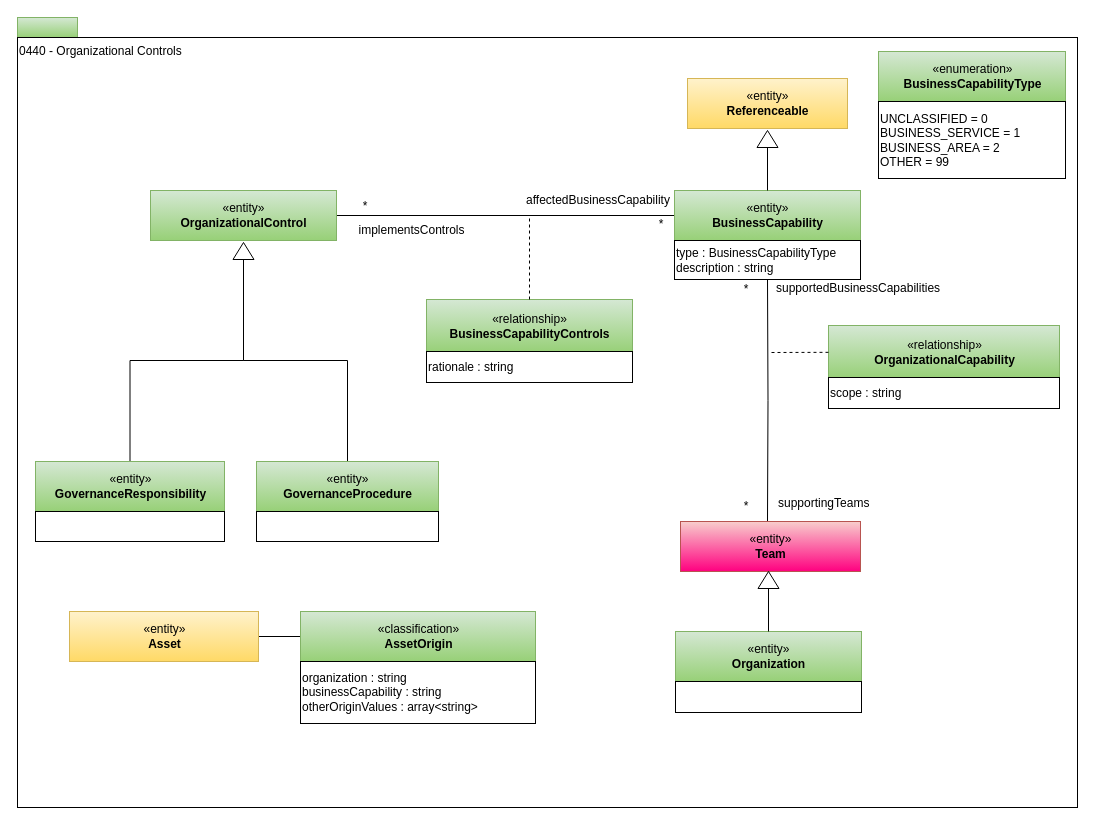
Above: page "0440-Organizational-Controls" (14 of 24) of open-metadata-publication/website/open-metadata-types/area-4-governance.drawio in planetf1/egeria (draw.io), before the change. Source tidied: cells renumbered, new cells numbered last; positions are measured from the earlier drawing's top-left corner, leaving out a move shared by most shapes. Both pictures are drawn from the tidied source at 100%, with x=0, y=0 at pixel (17, 17).
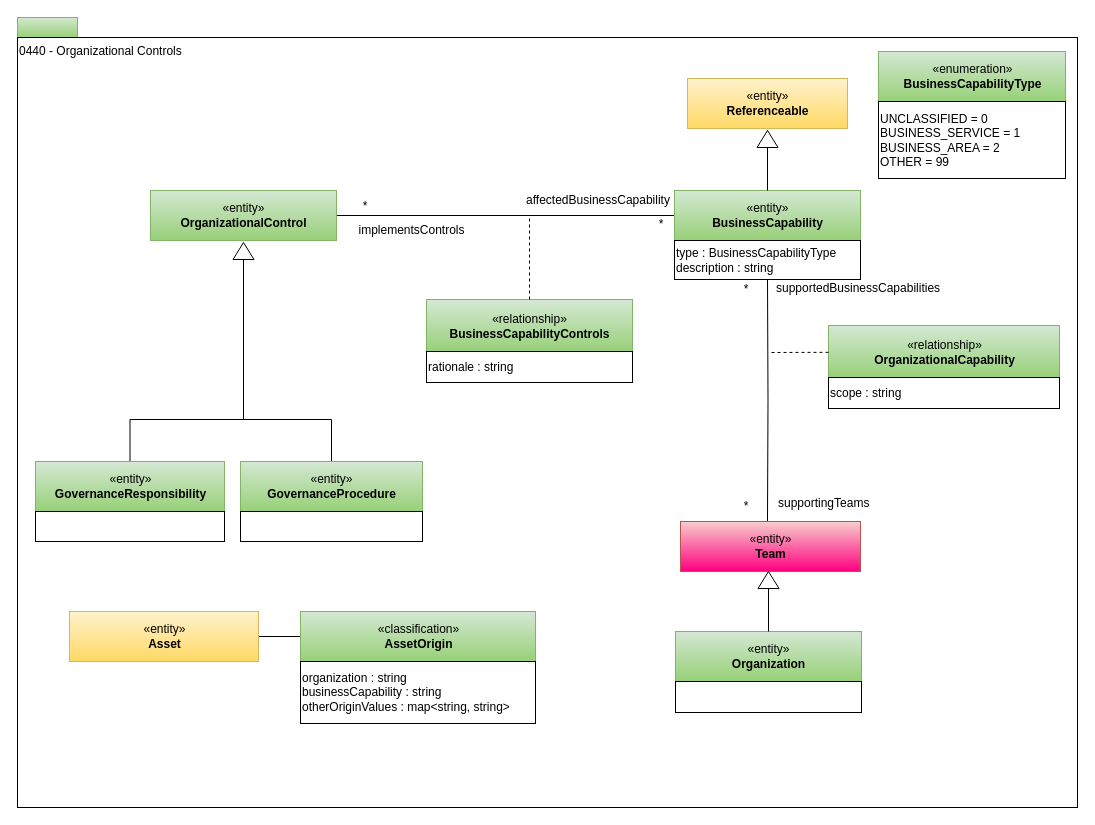
Above is the later version.

Unchanged cells that the change refers to:
```xml
<mxCell id="27" value="«entity»&lt;br&gt;&lt;b&gt;GovernanceResponsibility&lt;/b&gt;" style="html=1;strokeColor=#82b366;align=center;fillColor=#d5e8d4;gradientColor=#97d077;" parent="1" vertex="1">
  <mxGeometry x="18" y="444" width="189" height="50" as="geometry" />
</mxCell>
<mxCell id="30" style="triangle;whiteSpace=wrap;html=1;strokeColor=#000000;gradientColor=#ffffff;align=center;rotation=-90;" parent="1" vertex="1">
  <mxGeometry x="217.5" y="223" width="17" height="21" as="geometry" />
</mxCell>
```

Change to the diagram source:
```diff
@@
     <mxCell id="26" style="edgeStyle=orthogonalEdgeStyle;rounded=0;jettySize=auto;html=1;exitX=0.5;exitY=0;exitDx=0;exitDy=0;entryX=0;entryY=0.5;entryDx=0;entryDy=0;endArrow=none;endFill=0;" parent="1" edge="1" source="27" target="30">
-      <mxGeometry relative="1" as="geometry" />
+      <mxGeometry relative="1" as="geometry">
+        <Array as="points">
+          <mxPoint x="113" y="402" />
+          <mxPoint x="226" y="402" />
+        </Array>
+      </mxGeometry>
     </mxCell>
@@
     <mxCell id="29" style="edgeStyle=orthogonalEdgeStyle;rounded=0;jettySize=auto;html=1;exitX=0;exitY=0.5;exitDx=0;exitDy=0;endArrow=none;endFill=0;" parent="1" edge="1" source="30" target="40">
-      <mxGeometry relative="1" as="geometry" />
+      <mxGeometry relative="1" as="geometry">
+        <Array as="points">
+          <mxPoint x="226" y="402" />
+          <mxPoint x="314" y="402" />
+        </Array>
+      </mxGeometry>
     </mxCell>
@@
-    <mxCell id="34" value="organization : string&lt;br&gt;businessCapability : string&lt;br&gt;otherOriginValues : array&amp;lt;string&amp;gt;&lt;br&gt;&lt;div style=&quot;text-align: left&quot;&gt;&lt;/div&gt;" style="rounded=0;whiteSpace=wrap;html=1;strokeColor=#000000;gradientColor=#ffffff;align=left;" parent="1" vertex="1">
+    <mxCell id="34" value="organization : string&lt;br&gt;businessCapability : string&lt;br&gt;otherOriginValues : map&amp;lt;string, string&amp;gt;&lt;br&gt;&lt;div style=&quot;text-align: left&quot;&gt;&lt;/div&gt;" style="rounded=0;whiteSpace=wrap;html=1;strokeColor=#000000;gradientColor=#ffffff;align=left;" parent="1" vertex="1">
       <mxGeometry x="283" y="644" width="235" height="62" as="geometry" />
     </mxCell>
@@
     <mxCell id="40" value="«entity»&lt;br&gt;&lt;b&gt;GovernanceProcedure&lt;/b&gt;" style="html=1;strokeColor=#82b366;align=center;fillColor=#d5e8d4;gradientColor=#97d077;" parent="1" vertex="1">
-      <mxGeometry x="239" y="444" width="182" height="50" as="geometry" />
+      <mxGeometry x="223" y="444" width="182" height="50" as="geometry" />
     </mxCell>
     <mxCell id="41" style="rounded=0;whiteSpace=wrap;html=1;align=left;" parent="1" vertex="1">
-      <mxGeometry x="239" y="494" width="182" height="30" as="geometry" />
+      <mxGeometry x="223" y="494" width="182" height="30" as="geometry" />
     </mxCell>
```
